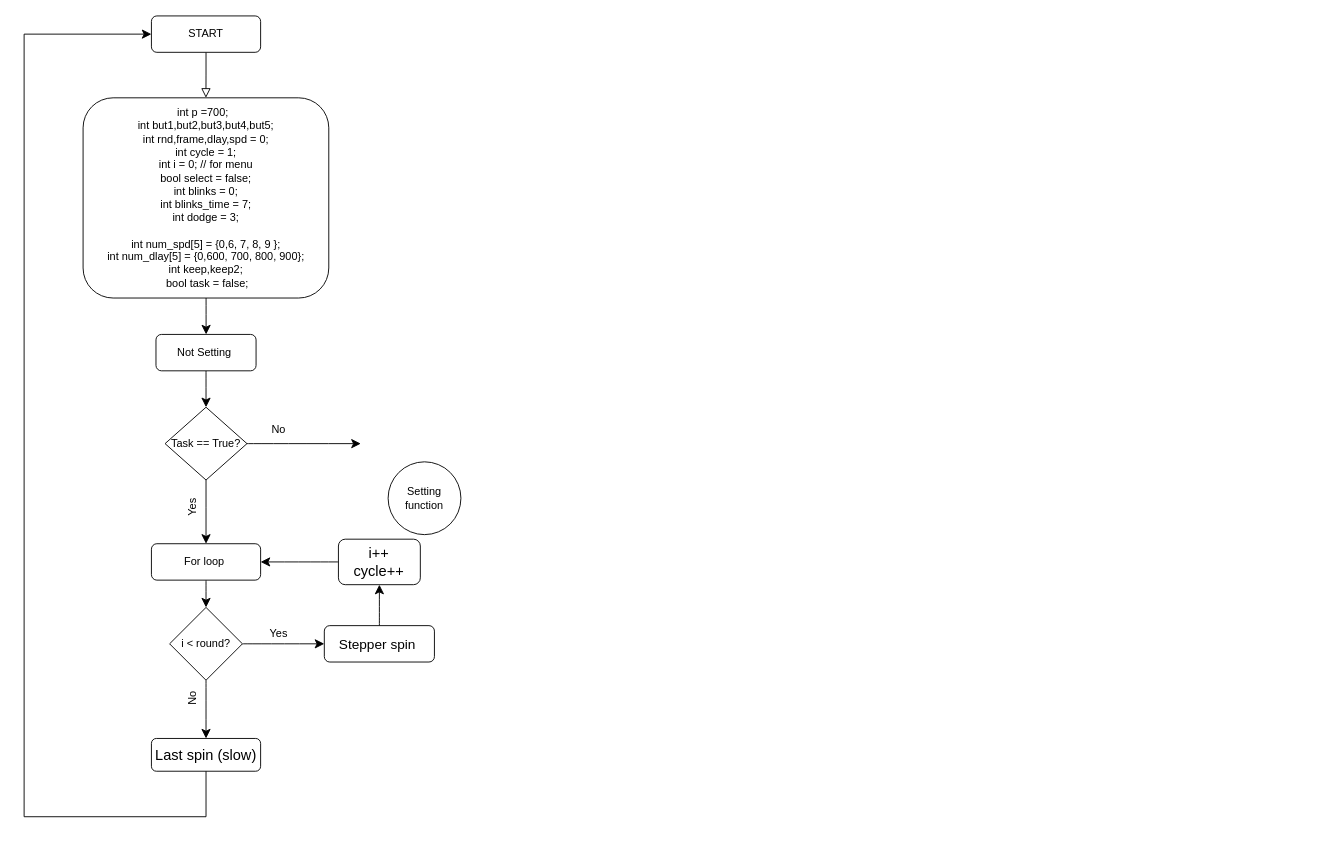
The draw.io diagram page "Page-1" (1 of 2) of Flowchart.drawio in 9-Fakrizz/Stepper-project, before the edit. Source tidied: cells renumbered, new cells numbered last; positions are measured from the earlier drawing's top-left corner, leaving out a move shared by most shapes. Both pictures are drawn from the tidied source at 91%, with x=0, y=0 at pixel (24, 15).
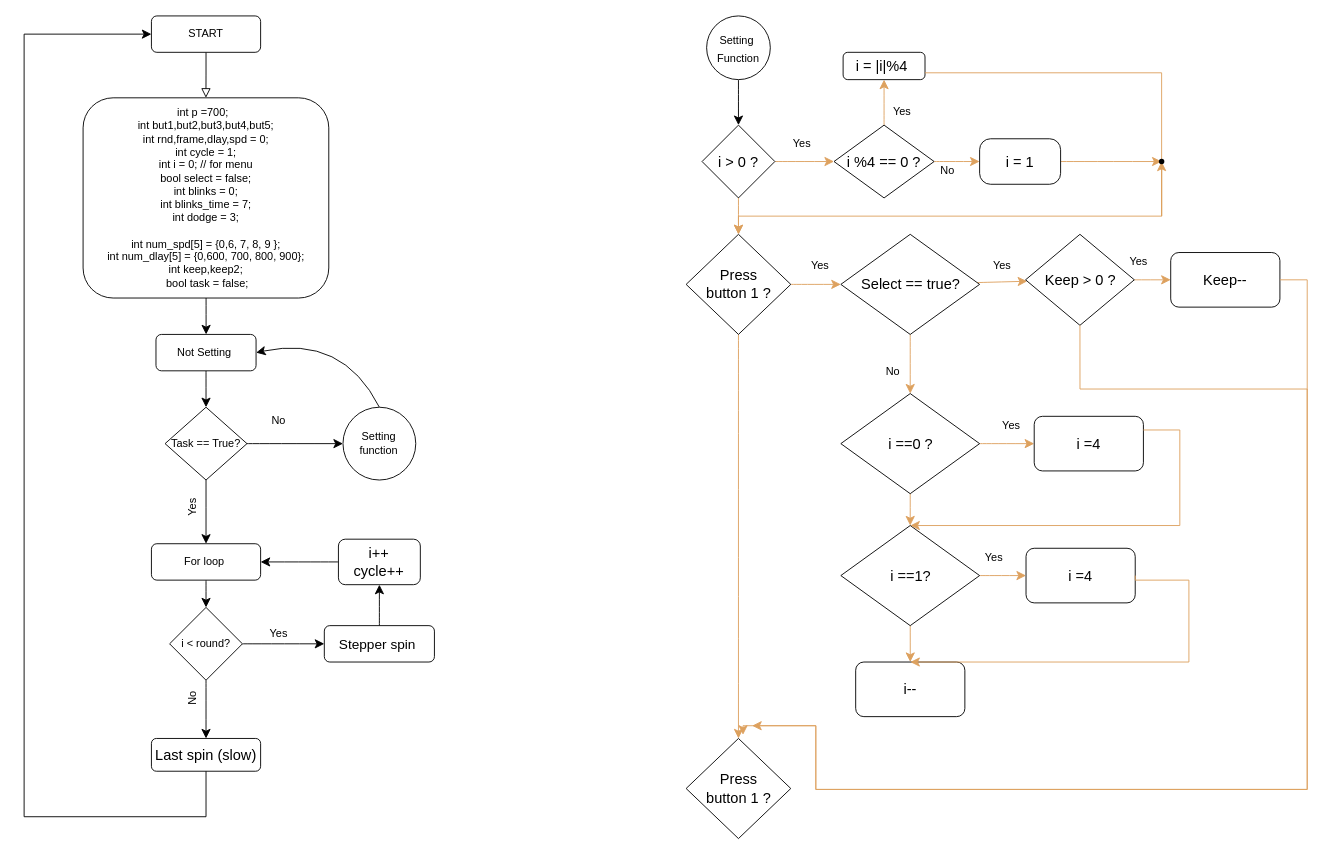
The same page after the edit.

Unchanged cells that the change refers to:
```xml
<mxCell id="4" value="Task == True?" style="rhombus;whiteSpace=wrap;html=1;shadow=0;strokeColor=default;strokeWidth=1;fontFamily=Helvetica;fontSize=12;fontColor=default;fillColor=default;" parent="1" vertex="1">
  <mxGeometry x="154.9" y="430" width="90" height="80" as="geometry" />
</mxCell>
<mxCell id="10" value="Not Setting&amp;nbsp;" style="rounded=1;whiteSpace=wrap;html=1;shadow=0;strokeColor=default;strokeWidth=1;fontFamily=Helvetica;fontSize=12;fontColor=default;fillColor=default;" parent="1" vertex="1">
  <mxGeometry x="144.9" y="350" width="110" height="40" as="geometry" />
</mxCell>
```

Diff of the diagram source:
```diff
@@
-    <mxCell id="5" style="edgeStyle=none;jettySize=auto;html=1;rounded=0;fontFamily=Helvetica;fontSize=12;fontColor=default;startSize=8;endSize=8;curved=1;exitX=1;exitY=0.5;exitDx=0;exitDy=0;" parent="1" edge="1" source="4">
-      <mxGeometry relative="1" as="geometry">
-        <mxPoint x="370" y="470" as="targetPoint" />
-      </mxGeometry>
+    <mxCell id="5" style="edgeStyle=none;jettySize=auto;html=1;rounded=0;fontFamily=Helvetica;fontSize=12;fontColor=default;startSize=8;endSize=8;curved=1;exitX=1;exitY=0.5;exitDx=0;exitDy=0;entryX=0;entryY=0.5;entryDx=0;entryDy=0;" parent="1" edge="1" source="4" target="26">
+      <mxGeometry relative="1" as="geometry" />
     </mxCell>
@@
     <mxCell id="8" value="No" style="text;strokeColor=none;fillColor=none;html=1;align=center;verticalAlign=middle;whiteSpace=wrap;rounded=0;fontSize=12;fontFamily=Helvetica;fontColor=default;rotation=0;" parent="1" vertex="1">
-      <mxGeometry x="244.9" y="430" width="70" height="50" as="geometry" />
+      <mxGeometry x="244.9" y="430" width="70" height="30" as="geometry" />
     </mxCell>
@@
+    <mxCell id="27" style="edgeStyle=none;curved=1;rounded=0;jettySize=auto;html=1;exitX=0.5;exitY=0;exitDx=0;exitDy=0;fontSize=12;startSize=8;endSize=8;entryX=1;entryY=0.5;entryDx=0;entryDy=0;" parent="1" edge="1" source="26" target="10">
+      <mxGeometry relative="1" as="geometry">
+        <Array as="points">
+          <mxPoint x="350" y="350" />
+        </Array>
+      </mxGeometry>
+    </mxCell>
     <mxCell id="26" value="Setting function" style="ellipse;whiteSpace=wrap;html=1;shadow=0;strokeColor=default;strokeWidth=1;fontFamily=Helvetica;fontSize=12;fontColor=default;fillColor=default;" parent="1" vertex="1">
-      <mxGeometry x="400" y="490" width="80" height="80" as="geometry" />
+      <mxGeometry x="350.4" y="430" width="80" height="80" as="geometry" />
     </mxCell>
+    <mxCell id="28" style="edgeStyle=none;curved=1;rounded=0;jettySize=auto;html=1;strokeColor=#000000;fontSize=12;fontColor=#FEFAE0;startSize=8;endSize=8;fillColor=#BC6C25;" parent="1" edge="1" source="29" target="32">
+      <mxGeometry relative="1" as="geometry" />
+    </mxCell>
+    <mxCell id="29" value="&lt;font style=&quot;font-size: 12px;&quot;&gt;Setting&amp;nbsp;&lt;br&gt;Function&lt;/font&gt;" style="ellipse;whiteSpace=wrap;html=1;fontSize=16;" parent="1" vertex="1">
+      <mxGeometry x="750" width="70" height="70" as="geometry" />
+    </mxCell>
+    <mxCell id="30" style="edgeStyle=none;curved=1;rounded=0;jettySize=auto;html=1;strokeColor=#DDA15E;fontSize=12;fontColor=#FEFAE0;startSize=8;endSize=8;fillColor=#BC6C25;" parent="1" edge="1" source="32" target="35">
+      <mxGeometry relative="1" as="geometry" />
+    </mxCell>
+    <mxCell id="31" style="edgeStyle=none;curved=1;rounded=0;jettySize=auto;html=1;strokeColor=#DDA15E;fontSize=12;fontColor=#FEFAE0;startSize=8;endSize=8;fillColor=#BC6C25;" parent="1" edge="1" source="32" target="44">
+      <mxGeometry relative="1" as="geometry" />
+    </mxCell>
+    <mxCell id="32" value="i &amp;gt; 0 ?" style="rhombus;whiteSpace=wrap;html=1;fontSize=16;" parent="1" vertex="1">
+      <mxGeometry x="745" y="120" width="80" height="80" as="geometry" />
+    </mxCell>
+    <mxCell id="33" style="edgeStyle=none;curved=1;rounded=0;jettySize=auto;html=1;strokeColor=#DDA15E;fontSize=12;fontColor=#FEFAE0;startSize=8;endSize=8;fillColor=#BC6C25;" parent="1" edge="1" source="35" target="37">
+      <mxGeometry relative="1" as="geometry" />
+    </mxCell>
+    <mxCell id="34" style="edgeStyle=none;curved=1;rounded=0;jettySize=auto;html=1;strokeColor=#DDA15E;fontSize=12;fontColor=#FEFAE0;startSize=8;endSize=8;fillColor=#BC6C25;" parent="1" edge="1" source="35" target="38">
+      <mxGeometry relative="1" as="geometry" />
+    </mxCell>
+    <mxCell id="35" value="i %4 == 0 ?" style="rhombus;whiteSpace=wrap;html=1;fontSize=16;" parent="1" vertex="1">
+      <mxGeometry x="890" y="120" width="110" height="80" as="geometry" />
+    </mxCell>
+    <mxCell id="36" style="edgeStyle=none;curved=1;rounded=0;jettySize=auto;html=1;strokeColor=#DDA15E;fontSize=12;fontColor=#FEFAE0;startSize=8;endSize=8;fillColor=#BC6C25;" parent="1" edge="1" source="37" target="67">
+      <mxGeometry relative="1" as="geometry" />
+    </mxCell>
+    <mxCell id="37" value="i = 1" style="rounded=1;whiteSpace=wrap;html=1;fontSize=16;arcSize=24;" parent="1" vertex="1">
+      <mxGeometry x="1050" y="135" width="89" height="50" as="geometry" />
+    </mxCell>
+    <mxCell id="38" value="i = |i|%4&amp;nbsp;" style="rounded=1;whiteSpace=wrap;html=1;fontSize=16;arcSize=17;" parent="1" vertex="1">
+      <mxGeometry x="900" y="40" width="90" height="30" as="geometry" />
+    </mxCell>
+    <mxCell id="39" value="No" style="text;strokeColor=none;fillColor=none;html=1;align=center;verticalAlign=middle;whiteSpace=wrap;rounded=0;fontSize=12;fontFamily=Helvetica;fontColor=default;rotation=0;" parent="1" vertex="1">
+      <mxGeometry x="980" y="155" width="70" height="30" as="geometry" />
+    </mxCell>
+    <mxCell id="40" value="Yes" style="text;strokeColor=none;fillColor=none;html=1;align=center;verticalAlign=middle;whiteSpace=wrap;rounded=0;fontSize=12;fontFamily=Helvetica;fontColor=default;rotation=0;" parent="1" vertex="1">
+      <mxGeometry x="930" y="90" width="70" height="30" as="geometry" />
+    </mxCell>
+    <mxCell id="41" value="Yes" style="text;strokeColor=none;fillColor=none;html=1;align=center;verticalAlign=middle;whiteSpace=wrap;rounded=0;fontSize=12;fontFamily=Helvetica;fontColor=default;rotation=0;" parent="1" vertex="1">
+      <mxGeometry x="820" y="125" width="70" height="30" as="geometry" />
+    </mxCell>
+    <mxCell id="42" style="edgeStyle=none;curved=1;rounded=0;jettySize=auto;html=1;strokeColor=#DDA15E;fontSize=12;fontColor=#FEFAE0;startSize=8;endSize=8;fillColor=#BC6C25;" parent="1" edge="1" source="44" target="47">
+      <mxGeometry relative="1" as="geometry" />
+    </mxCell>
+    <mxCell id="43" style="edgeStyle=none;curved=1;rounded=0;jettySize=auto;html=1;strokeColor=#DDA15E;fontSize=12;fontColor=#FEFAE0;startSize=8;endSize=8;fillColor=#BC6C25;" parent="1" edge="1" source="44" target="74">
+      <mxGeometry relative="1" as="geometry" />
+    </mxCell>
+    <mxCell id="44" value="Press &lt;br&gt;button 1 ?" style="rhombus;whiteSpace=wrap;html=1;fontSize=16;" parent="1" vertex="1">
+      <mxGeometry x="727.5" y="240" width="115" height="110" as="geometry" />
+    </mxCell>
+    <mxCell id="45" style="edgeStyle=none;curved=1;rounded=0;jettySize=auto;html=1;strokeColor=#DDA15E;fontSize=12;fontColor=#FEFAE0;startSize=8;endSize=8;fillColor=#BC6C25;" parent="1" edge="1" source="47" target="49">
+      <mxGeometry relative="1" as="geometry" />
+    </mxCell>
+    <mxCell id="46" style="edgeStyle=none;curved=1;rounded=0;jettySize=auto;html=1;strokeColor=#DDA15E;fontSize=12;fontColor=#FEFAE0;startSize=8;endSize=8;fillColor=#BC6C25;" parent="1" edge="1" source="47" target="57">
+      <mxGeometry relative="1" as="geometry" />
+    </mxCell>
+    <mxCell id="47" value="Select == true?" style="rhombus;whiteSpace=wrap;html=1;fontSize=16;" parent="1" vertex="1">
+      <mxGeometry x="897.5" y="240" width="152.5" height="110" as="geometry" />
+    </mxCell>
+    <mxCell id="48" style="edgeStyle=none;curved=1;rounded=0;jettySize=auto;html=1;strokeColor=#DDA15E;fontSize=12;fontColor=#FEFAE0;startSize=8;endSize=8;fillColor=#BC6C25;" parent="1" edge="1" source="49" target="50">
+      <mxGeometry relative="1" as="geometry" />
+    </mxCell>
+    <mxCell id="49" value="Keep &amp;gt; 0 ?" style="rhombus;whiteSpace=wrap;html=1;fontSize=16;" parent="1" vertex="1">
+      <mxGeometry x="1100.5" y="240" width="119.5" height="100" as="geometry" />
+    </mxCell>
+    <mxCell id="50" value="Keep--" style="rounded=1;whiteSpace=wrap;html=1;fontSize=16;" parent="1" vertex="1">
+      <mxGeometry x="1260" y="260" width="120" height="60" as="geometry" />
+    </mxCell>
+    <mxCell id="51" value="Yes" style="text;strokeColor=none;fillColor=none;html=1;align=center;verticalAlign=middle;whiteSpace=wrap;rounded=0;fontSize=12;fontFamily=Helvetica;fontColor=default;rotation=0;" parent="1" vertex="1">
+      <mxGeometry x="840" y="260" width="70" height="30" as="geometry" />
+    </mxCell>
+    <mxCell id="52" value="Yes" style="text;strokeColor=none;fillColor=none;html=1;align=center;verticalAlign=middle;whiteSpace=wrap;rounded=0;fontSize=12;fontFamily=Helvetica;fontColor=default;rotation=0;" parent="1" vertex="1">
+      <mxGeometry x="1040" y="260" width="70" height="30" as="geometry" />
+    </mxCell>
+    <mxCell id="53" value="Yes" style="text;strokeColor=none;fillColor=none;html=1;align=center;verticalAlign=middle;whiteSpace=wrap;rounded=0;fontSize=12;fontFamily=Helvetica;fontColor=default;rotation=0;" parent="1" vertex="1">
+      <mxGeometry x="1190" y="250" width="70" height="40" as="geometry" />
+    </mxCell>
+    <mxCell id="54" style="edgeStyle=none;curved=1;rounded=0;jettySize=auto;html=1;strokeColor=#DDA15E;fontSize=12;fontColor=#FEFAE0;startSize=8;endSize=8;fillColor=#BC6C25;" parent="1" edge="1" target="58">
+      <mxGeometry relative="1" as="geometry">
+        <mxPoint x="1136" y="464.9" as="sourcePoint" />
+      </mxGeometry>
+    </mxCell>
+    <mxCell id="55" style="edgeStyle=none;curved=1;rounded=0;jettySize=auto;html=1;strokeColor=#DDA15E;fontSize=12;fontColor=#FEFAE0;startSize=8;endSize=8;fillColor=#BC6C25;" parent="1" edge="1" source="57" target="61">
+      <mxGeometry relative="1" as="geometry" />
+    </mxCell>
+    <mxCell id="56" style="edgeStyle=none;curved=1;rounded=0;jettySize=auto;html=1;strokeColor=#DDA15E;fontSize=12;fontColor=#FEFAE0;startSize=8;endSize=8;fillColor=#BC6C25;" parent="1" edge="1" source="57" target="58">
+      <mxGeometry relative="1" as="geometry" />
+    </mxCell>
+    <mxCell id="57" value="i ==0 ?" style="rhombus;whiteSpace=wrap;html=1;fontSize=16;" parent="1" vertex="1">
+      <mxGeometry x="897.5" y="415" width="152.5" height="110" as="geometry" />
+    </mxCell>
+    <mxCell id="58" value="i =4" style="rounded=1;whiteSpace=wrap;html=1;fontSize=16;" parent="1" vertex="1">
+      <mxGeometry x="1110" y="440" width="120" height="60" as="geometry" />
+    </mxCell>
+    <mxCell id="59" style="edgeStyle=none;curved=1;rounded=0;jettySize=auto;html=1;strokeColor=#DDA15E;fontSize=12;fontColor=#FEFAE0;startSize=8;endSize=8;fillColor=#BC6C25;" parent="1" edge="1" source="61" target="62">
+      <mxGeometry relative="1" as="geometry" />
+    </mxCell>
+    <mxCell id="60" style="edgeStyle=none;curved=1;rounded=0;jettySize=auto;html=1;strokeColor=#DDA15E;fontSize=12;fontColor=#FEFAE0;startSize=8;endSize=8;fillColor=#BC6C25;" parent="1" edge="1" source="61" target="64">
+      <mxGeometry relative="1" as="geometry" />
+    </mxCell>
+    <mxCell id="61" value="i ==1?" style="rhombus;whiteSpace=wrap;html=1;fontSize=16;" parent="1" vertex="1">
+      <mxGeometry x="897.5" y="560" width="152.5" height="110" as="geometry" />
+    </mxCell>
+    <mxCell id="62" value="i =4" style="rounded=1;whiteSpace=wrap;html=1;fontSize=16;" parent="1" vertex="1">
+      <mxGeometry x="1101" y="585" width="120" height="60" as="geometry" />
+    </mxCell>
+    <mxCell id="63" value="Yes" style="text;strokeColor=none;fillColor=none;html=1;align=center;verticalAlign=middle;whiteSpace=wrap;rounded=0;fontSize=12;fontFamily=Helvetica;fontColor=default;rotation=0;" parent="1" vertex="1">
+      <mxGeometry x="1031" y="580" width="70" height="30" as="geometry" />
+    </mxCell>
+    <mxCell id="64" value="i--" style="rounded=1;whiteSpace=wrap;html=1;fontSize=16;" parent="1" vertex="1">
+      <mxGeometry x="913.8" y="710" width="120" height="60" as="geometry" />
+    </mxCell>
+    <mxCell id="65" style="edgeStyle=segmentEdgeStyle;endArrow=classic;html=1;curved=0;rounded=0;endSize=8;startSize=8;sourcePerimeterSpacing=0;targetPerimeterSpacing=0;strokeColor=#DDA15E;fontSize=12;fontColor=#FEFAE0;fillColor=#BC6C25;exitDx=0;exitDy=0;entryX=0.5;entryY=0;entryDx=0;entryDy=0;" parent="1" edge="1" source="67" target="44">
+      <mxGeometry relative="1" as="geometry">
+        <Array as="points">
+          <mxPoint x="785" y="220" />
+        </Array>
+      </mxGeometry>
+    </mxCell>
+    <mxCell id="66" style="edgeStyle=segmentEdgeStyle;endArrow=classic;html=1;curved=0;rounded=0;endSize=8;startSize=8;sourcePerimeterSpacing=0;targetPerimeterSpacing=0;strokeColor=#DDA15E;fontSize=12;fontColor=#FEFAE0;fillColor=#BC6C25;exitX=1;exitY=0.75;exitDx=0;exitDy=0;entryDx=0;entryDy=0;" parent="1" edge="1" source="38" target="67">
+      <mxGeometry relative="1" as="geometry">
+        <Array as="points">
+          <mxPoint x="1250" y="63" />
+          <mxPoint x="1250" y="220" />
+        </Array>
+      </mxGeometry>
+    </mxCell>
+    <mxCell id="67" style="shape=waypoint;sketch=0;size=6;points=[];fillColor=default;perimeter=centerPerimeter;snapToPoint=1;fontSize=16;rounded=1;arcSize=24;" parent="1" vertex="1">
+      <mxGeometry x="1240" y="150" width="20" height="20" as="geometry" />
+    </mxCell>
+    <mxCell id="68" style="edgeStyle=segmentEdgeStyle;endArrow=classic;html=1;curved=0;rounded=0;endSize=8;startSize=8;sourcePerimeterSpacing=0;targetPerimeterSpacing=0;strokeColor=#DDA15E;fontSize=12;fontColor=#FEFAE0;fillColor=#BC6C25;exitX=0.5;exitY=1;exitDx=0;exitDy=0;" parent="1" edge="1" source="49">
+      <mxGeometry relative="1" as="geometry">
+        <mxPoint x="800" y="780" as="targetPoint" />
+        <Array as="points">
+          <mxPoint x="1160" y="410" />
+          <mxPoint x="1410" y="410" />
+          <mxPoint x="1410" y="850" />
+          <mxPoint x="870" y="850" />
+          <mxPoint x="870" y="780" />
+        </Array>
+      </mxGeometry>
+    </mxCell>
+    <mxCell id="69" style="edgeStyle=segmentEdgeStyle;endArrow=classic;html=1;curved=0;rounded=0;endSize=8;startSize=8;sourcePerimeterSpacing=0;targetPerimeterSpacing=0;strokeColor=#DDA15E;fontSize=12;fontColor=#FEFAE0;fillColor=#BC6C25;exitX=1;exitY=0.5;exitDx=0;exitDy=0;" parent="1" edge="1" source="50">
+      <mxGeometry relative="1" as="geometry">
+        <mxPoint x="790" y="790" as="targetPoint" />
+        <Array as="points">
+          <mxPoint x="1410" y="290" />
+          <mxPoint x="1410" y="850" />
+          <mxPoint x="870" y="850" />
+          <mxPoint x="870" y="780" />
+          <mxPoint x="790" y="780" />
+        </Array>
+      </mxGeometry>
+    </mxCell>
+    <mxCell id="70" value="Yes" style="text;strokeColor=none;fillColor=none;html=1;align=center;verticalAlign=middle;whiteSpace=wrap;rounded=0;fontSize=12;fontFamily=Helvetica;fontColor=default;rotation=0;" parent="1" vertex="1">
+      <mxGeometry x="1050" y="430" width="70" height="40" as="geometry" />
+    </mxCell>
+    <mxCell id="71" style="edgeStyle=segmentEdgeStyle;endArrow=classic;html=1;curved=0;rounded=0;endSize=8;startSize=8;sourcePerimeterSpacing=0;targetPerimeterSpacing=0;strokeColor=#DDA15E;fontSize=12;fontColor=#FEFAE0;fillColor=#BC6C25;exitX=1;exitY=0.25;exitDx=0;exitDy=0;entryX=0.5;entryY=0;entryDx=0;entryDy=0;" parent="1" edge="1" source="58" target="61">
+      <mxGeometry relative="1" as="geometry">
+        <Array as="points">
+          <mxPoint x="1270" y="455" />
+          <mxPoint x="1270" y="560" />
+        </Array>
+      </mxGeometry>
+    </mxCell>
+    <mxCell id="72" style="edgeStyle=segmentEdgeStyle;endArrow=classic;html=1;curved=0;rounded=0;endSize=8;startSize=8;sourcePerimeterSpacing=0;targetPerimeterSpacing=0;strokeColor=#DDA15E;fontSize=12;fontColor=#FEFAE0;fillColor=#BC6C25;exitX=1;exitY=0.5;exitDx=0;exitDy=0;entryX=0.5;entryY=0;entryDx=0;entryDy=0;" parent="1" edge="1" source="62" target="64">
+      <mxGeometry relative="1" as="geometry">
+        <Array as="points">
+          <mxPoint x="1221" y="620" />
+          <mxPoint x="1280" y="620" />
+          <mxPoint x="1280" y="710" />
+        </Array>
+      </mxGeometry>
+    </mxCell>
+    <mxCell id="73" value="No" style="text;strokeColor=none;fillColor=none;html=1;align=center;verticalAlign=middle;whiteSpace=wrap;rounded=0;fontSize=12;fontFamily=Helvetica;fontColor=default;rotation=0;" parent="1" vertex="1">
+      <mxGeometry x="920" y="390" width="70" as="geometry" />
+    </mxCell>
+    <mxCell id="74" value="Press &lt;br&gt;button 1 ?" style="rhombus;whiteSpace=wrap;html=1;fontSize=16;" parent="1" vertex="1">
+      <mxGeometry x="727.5" y="794" width="115" height="110" as="geometry" />
+    </mxCell>
```
